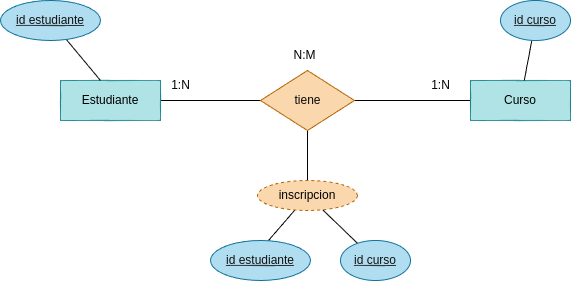
The draw.io diagram tareas/tarea-3/images/ejercicio21.drawio.png in betancorge/base-datos-2, before a commit. Source tidied: cells renumbered, new cells last; positions are measured from the earlier drawing's top-left corner, leaving out a move shared by most shapes.
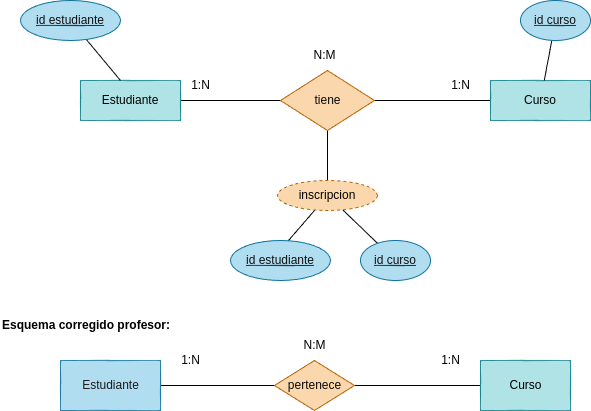
After the commit.

Diff of the diagram source:
```diff
@@ -56,5 +56,32 @@
     <mxCell id="19" value="id curso" style="ellipse;whiteSpace=wrap;html=1;align=center;fontStyle=4;fillColor=#b1ddf0;strokeColor=#10739e;fontColor=#121111;" parent="1" vertex="1">
       <mxGeometry x="340" y="240" width="70" height="40" as="geometry" />
     </mxCell>
+    <mxCell id="20" value="&lt;h1 style=&quot;margin-top: 0px;&quot;&gt;&lt;font style=&quot;font-size: 12px;&quot;&gt;Esquema corregido profesor:&lt;/font&gt;&lt;/h1&gt;" style="text;html=1;whiteSpace=wrap;overflow=hidden;rounded=0;" parent="1" vertex="1">
+      <mxGeometry x="-20" y="300" width="190" height="50" as="geometry" />
+    </mxCell>
+    <mxCell id="21" style="edgeStyle=none;html=1;entryX=0;entryY=0.5;entryDx=0;entryDy=0;endArrow=none;endFill=0;" parent="1" edge="1" source="22" target="24">
+      <mxGeometry relative="1" as="geometry" />
+    </mxCell>
+    <mxCell id="22" value="&lt;font color=&quot;#1d1b1b&quot;&gt;Estudiante&lt;/font&gt;" style="html=1;dashed=0;whitespace=wrap;fillColor=#b1ddf0;strokeColor=#10739e;" parent="1" vertex="1">
+      <mxGeometry x="40" y="360" width="100" height="50" as="geometry" />
+    </mxCell>
+    <mxCell id="23" style="edgeStyle=none;html=1;exitX=1;exitY=0.5;exitDx=0;exitDy=0;entryX=0;entryY=0.5;entryDx=0;entryDy=0;endArrow=none;endFill=0;" parent="1" edge="1" source="24" target="25">
+      <mxGeometry relative="1" as="geometry" />
+    </mxCell>
+    <mxCell id="24" value="&lt;font color=&quot;#0a0a0a&quot;&gt;pertenece&lt;/font&gt;" style="shape=rhombus;html=1;dashed=0;whitespace=wrap;perimeter=rhombusPerimeter;fillColor=#fad7ac;strokeColor=#b46504;" parent="1" vertex="1">
+      <mxGeometry x="254" y="360" width="80" height="50" as="geometry" />
+    </mxCell>
+    <mxCell id="25" value="&lt;font color=&quot;#000000&quot;&gt;Curso&lt;/font&gt;" style="html=1;dashed=0;whitespace=wrap;fillColor=#b0e3e6;strokeColor=#0e8088;" parent="1" vertex="1">
+      <mxGeometry x="460" y="360" width="90" height="50" as="geometry" />
+    </mxCell>
+    <mxCell id="26" value="1:N" style="text;html=1;align=center;verticalAlign=middle;strokeColor=none;fillColor=none;" parent="1" vertex="1">
+      <mxGeometry x="410" y="345" width="40" height="30" as="geometry" />
+    </mxCell>
+    <mxCell id="27" value="N:M" style="text;html=1;align=center;verticalAlign=middle;strokeColor=none;fillColor=none;" parent="1" vertex="1">
+      <mxGeometry x="269" y="330" width="50" height="30" as="geometry" />
+    </mxCell>
+    <mxCell id="28" value="1:N" style="text;html=1;align=center;verticalAlign=middle;strokeColor=none;fillColor=none;" parent="1" vertex="1">
+      <mxGeometry x="150" y="345" width="40" height="30" as="geometry" />
+    </mxCell>
   </root>
 </mxGraphModel>
```
